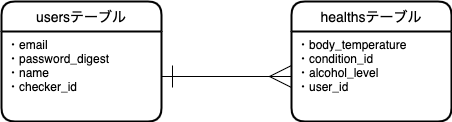
Earlier version of the draw.io export database.png (airi32490/health-check). Source tidied: cells renumbered, new cells last; positions are measured from the earlier drawing's top-left corner, leaving out a move shared by most shapes. Its diagram source:
```xml
<mxGraphModel>
  <root>
    <mxCell id="0" />
    <mxCell id="1" parent="0" />
    <mxCell id="2" value="usersテーブル" style="swimlane;horizontal=1;startSize=30;rounded=1;fontSize=14;fontStyle=0;strokeWidth=2;shadow=0;dashed=0;align=center;" parent="1" vertex="1">
      <mxGeometry width="160" height="120" as="geometry" />
    </mxCell>
    <mxCell id="3" value="・email&#10;・password_digest&#10;・name&#10;・checker_id" style="align=left;strokeColor=none;fillColor=none;spacingLeft=4;fontSize=12;verticalAlign=top;" parent="2" vertex="1">
      <mxGeometry y="30" width="160" height="90" as="geometry" />
    </mxCell>
    <mxCell id="4" value="healthsテーブル" style="swimlane;horizontal=1;startSize=30;rounded=1;fontSize=14;fontStyle=0;strokeWidth=2;shadow=0;dashed=0;align=center;" parent="1" vertex="1">
      <mxGeometry x="290" width="160" height="120" as="geometry" />
    </mxCell>
    <mxCell id="5" value="・body_temperature&#10;・condition_id&#10;・alcohol_level&#10;・user_id" style="align=left;strokeColor=none;fillColor=none;spacingLeft=4;fontSize=12;verticalAlign=top;" parent="4" vertex="1">
      <mxGeometry y="30" width="160" height="90" as="geometry" />
    </mxCell>
    <mxCell id="6" style="edgeStyle=orthogonalEdgeStyle;rounded=0;jettySize=auto;html=1;exitX=1;exitY=0.5;exitDx=0;exitDy=0;entryX=0;entryY=0.5;entryDx=0;entryDy=0;endArrow=ERmany;endFill=0;endSize=20;startArrow=ERone;startFill=0;startSize=20;" parent="1" edge="1" source="3" target="5">
      <mxGeometry relative="1" as="geometry" />
    </mxCell>
  </root>
</mxGraphModel>
```
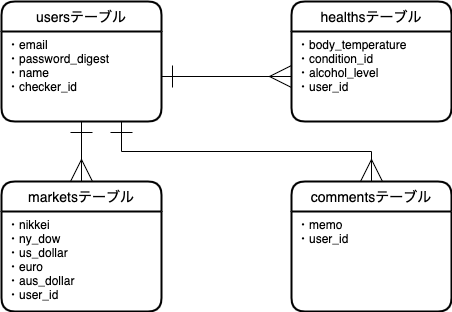
Later version of the same file.

Diff of the diagram source:
```diff
@@ -17,5 +17,23 @@
     <mxCell id="6" style="edgeStyle=orthogonalEdgeStyle;rounded=0;jettySize=auto;html=1;exitX=1;exitY=0.5;exitDx=0;exitDy=0;entryX=0;entryY=0.5;entryDx=0;entryDy=0;endArrow=ERmany;endFill=0;endSize=20;startArrow=ERone;startFill=0;startSize=20;" parent="1" edge="1" source="3" target="5">
       <mxGeometry relative="1" as="geometry" />
     </mxCell>
+    <mxCell id="7" value="marketsテーブル" style="swimlane;horizontal=1;startSize=30;rounded=1;fontSize=14;fontStyle=0;strokeWidth=2;shadow=0;dashed=0;align=center;" parent="1" vertex="1">
+      <mxGeometry y="180" width="160" height="130" as="geometry" />
+    </mxCell>
+    <mxCell id="8" value="・nikkei&#10;・ny_dow&#10;・us_dollar&#10;・euro&#10;・aus_dollar&#10;・user_id" style="align=left;strokeColor=none;fillColor=none;spacingLeft=4;fontSize=12;verticalAlign=top;" parent="7" vertex="1">
+      <mxGeometry y="30" width="160" height="100" as="geometry" />
+    </mxCell>
+    <mxCell id="9" style="edgeStyle=orthogonalEdgeStyle;rounded=0;jettySize=auto;html=1;entryX=0.5;entryY=0;entryDx=0;entryDy=0;startArrow=ERone;startFill=0;endArrow=ERmany;endFill=0;endSize=20;startSize=20;" parent="1" edge="1" source="3" target="7">
+      <mxGeometry relative="1" as="geometry" />
+    </mxCell>
+    <mxCell id="10" value="commentsテーブル" style="swimlane;horizontal=1;startSize=30;rounded=1;fontSize=14;fontStyle=0;strokeWidth=2;shadow=0;dashed=0;align=center;" parent="1" vertex="1">
+      <mxGeometry x="290" y="180" width="160" height="130" as="geometry" />
+    </mxCell>
+    <mxCell id="11" value="・memo&#10;・user_id" style="align=left;strokeColor=none;fillColor=none;spacingLeft=4;fontSize=12;verticalAlign=top;" parent="10" vertex="1">
+      <mxGeometry y="30" width="160" height="100" as="geometry" />
+    </mxCell>
+    <mxCell id="12" style="edgeStyle=orthogonalEdgeStyle;rounded=0;jettySize=auto;html=1;exitX=0.75;exitY=1;exitDx=0;exitDy=0;startArrow=ERone;startFill=0;endSize=20;startSize=20;endArrow=ERmany;endFill=0;" parent="1" edge="1" source="3" target="10">
+      <mxGeometry relative="1" as="geometry" />
+    </mxCell>
   </root>
 </mxGraphModel>
```
